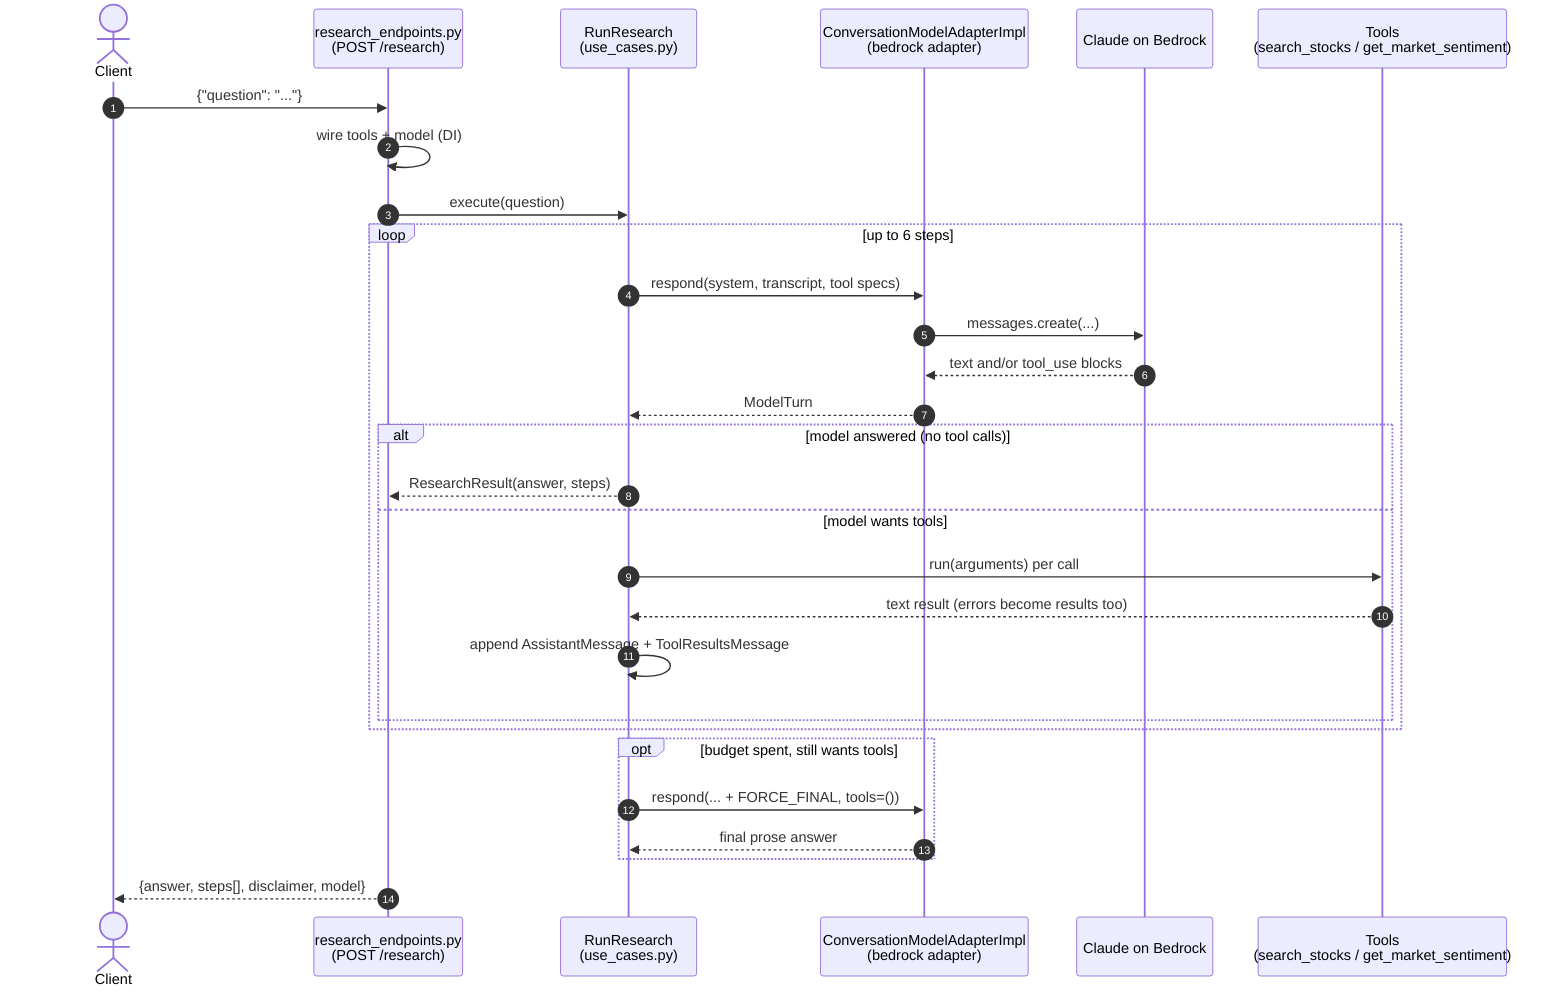
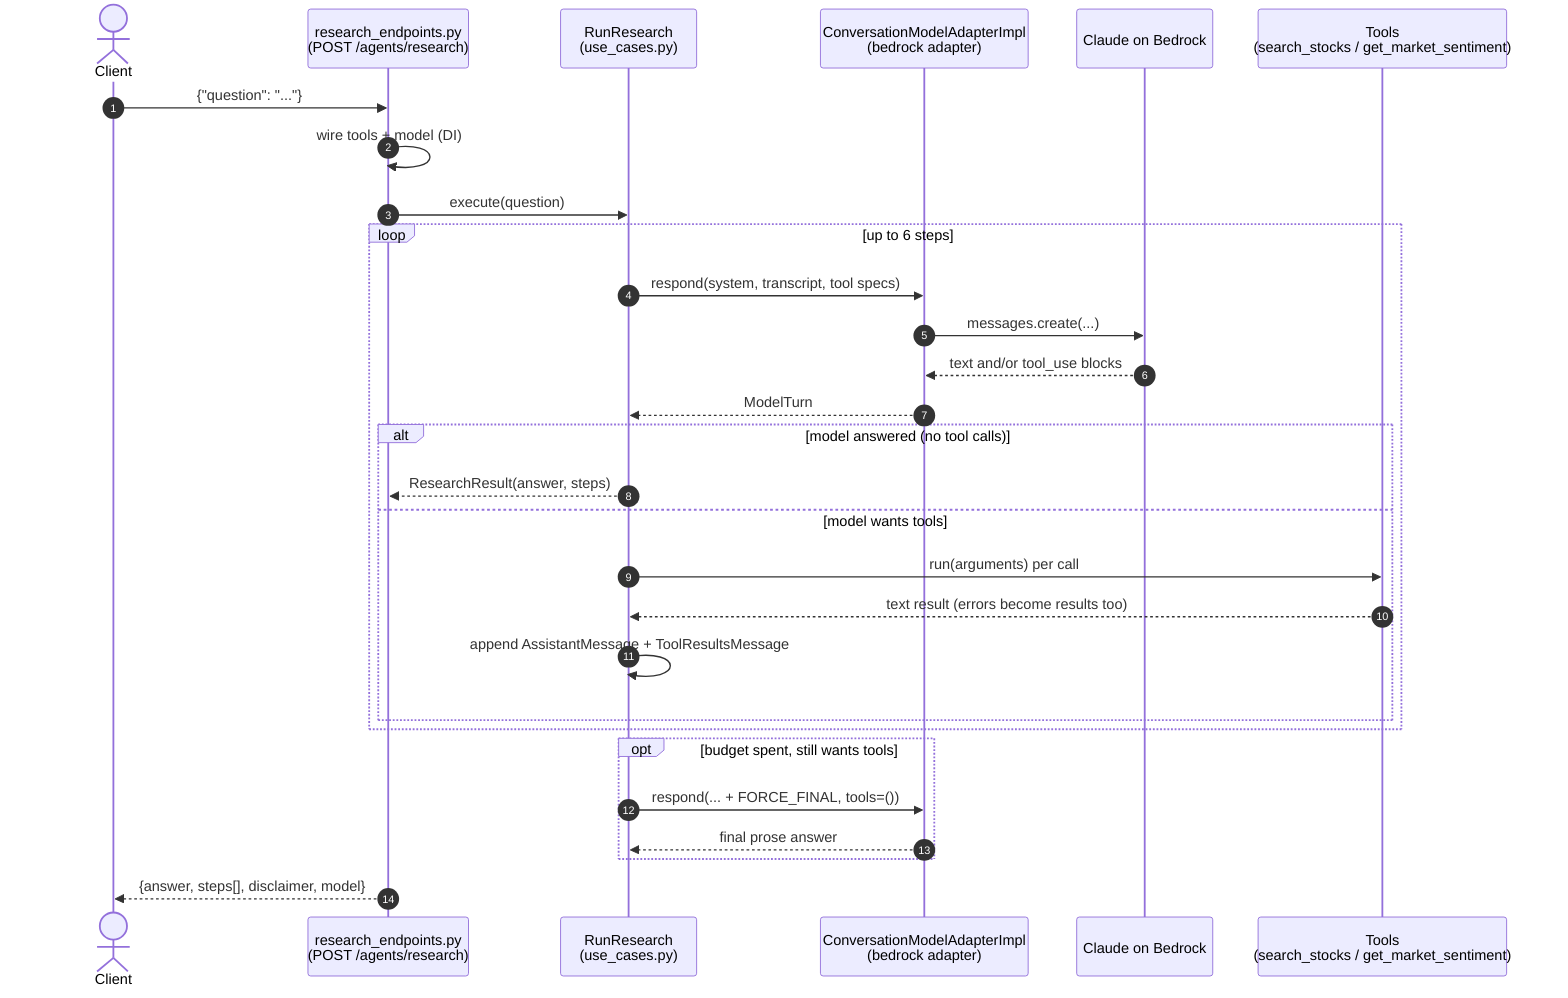
sequenceDiagram
    autonumber
    actor FE as Client
-     participant EP as research_endpoints.py<br/>(POST /research)
+     participant EP as research_endpoints.py<br/>(POST /agents/research)
    participant UC as RunResearch<br/>(use_cases.py)
    participant AD as ConversationModelAdapterImpl<br/>(bedrock adapter)
    participant M as Claude on Bedrock
    participant T as Tools<br/>(search_stocks / get_market_sentiment)

    FE->>EP: {"question": "..."}
    EP->>EP: wire tools + model (DI)
    EP->>UC: execute(question)

    loop up to 6 steps
        UC->>AD: respond(system, transcript, tool specs)
        AD->>M: messages.create(...)
        M-->>AD: text and/or tool_use blocks
        AD-->>UC: ModelTurn
        alt model answered (no tool calls)
            UC-->>EP: ResearchResult(answer, steps)
        else model wants tools
            UC->>T: run(arguments) per call
            T-->>UC: text result (errors become results too)
            UC->>UC: append AssistantMessage + ToolResultsMessage
        end
    end

    opt budget spent, still wants tools
        UC->>AD: respond(... + FORCE_FINAL, tools=())
        AD-->>UC: final prose answer
    end

    EP-->>FE: {answer, steps[], disclaimer, model}
